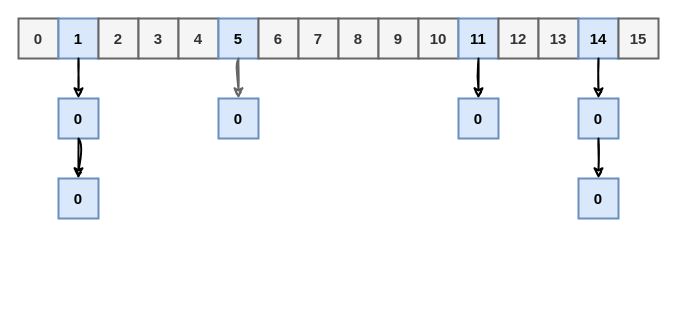
donscoco/diagrams keeps this draw.io diagram as redis/redis-scan-slot-1.drawio. Above is the earlier version. Source tidied: cells renumbered, new cells numbered last; positions are measured from the earlier drawing's top-left corner, leaving out a move shared by most shapes. Both pictures are drawn from the tidied source at 100%, with x=0, y=0 at pixel (18, 18).
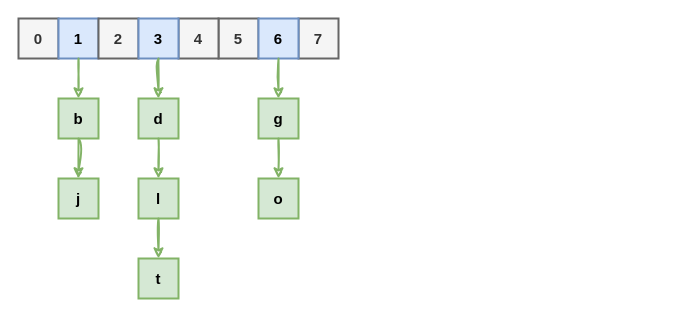
The same diagram, later.

Unchanged cells that the change refers to:
```xml
<mxCell id="3" value="1" style="rounded=0;whiteSpace=wrap;html=1;strokeWidth=2;fillWeight=4;hachureGap=8;hachureAngle=45;fillColor=#dae8fc;strokeColor=#6c8ebf;fontSize=15;fontStyle=1;" parent="1" vertex="1">
  <mxGeometry x="40" width="40" height="40" as="geometry" />
</mxCell>
```

The edit, as a diff of the source:
```diff
@@
-    <mxCell id="5" value="3" style="rounded=0;whiteSpace=wrap;html=1;strokeWidth=2;fillWeight=4;hachureGap=8;hachureAngle=45;fillColor=#f5f5f5;strokeColor=#666666;fontSize=15;fontStyle=1;fontColor=#333333;" parent="1" vertex="1">
-      <mxGeometry x="120" width="40" height="40" as="geometry" />
+    <mxCell id="5" value="5" style="rounded=0;whiteSpace=wrap;html=1;strokeWidth=2;fillWeight=4;hachureGap=8;hachureAngle=45;fillColor=#f5f5f5;strokeColor=#666666;fontSize=15;fontStyle=1;fontColor=#333333;" parent="1" vertex="1">
+      <mxGeometry x="200" width="40" height="40" as="geometry" />
     </mxCell>
@@
-    <mxCell id="7" value="5" style="rounded=0;whiteSpace=wrap;html=1;strokeWidth=2;fillWeight=4;hachureGap=8;hachureAngle=45;fillColor=#dae8fc;strokeColor=#6c8ebf;fontSize=15;fontStyle=1;" parent="1" vertex="1">
-      <mxGeometry x="200" width="40" height="40" as="geometry" />
+    <mxCell id="7" value="3" style="rounded=0;whiteSpace=wrap;html=1;strokeWidth=2;fillWeight=4;hachureGap=8;hachureAngle=45;fillColor=#dae8fc;strokeColor=#6c8ebf;fontSize=15;fontStyle=1;" parent="1" vertex="1">
+      <mxGeometry x="120" width="40" height="40" as="geometry" />
     </mxCell>
-    <mxCell id="8" value="6" style="rounded=0;whiteSpace=wrap;html=1;strokeWidth=2;fillWeight=4;hachureGap=8;hachureAngle=45;fillColor=#f5f5f5;strokeColor=#666666;fontSize=15;fontStyle=1;fontColor=#333333;" parent="1" vertex="1">
-      <mxGeometry x="240" width="40" height="40" as="geometry" />
-    </mxCell>
-    <mxCell id="9" value="7" style="rounded=0;whiteSpace=wrap;html=1;strokeWidth=2;fillWeight=4;hachureGap=8;hachureAngle=45;fillColor=#f5f5f5;strokeColor=#666666;fontSize=15;fontStyle=1;fontColor=#333333;" parent="1" vertex="1">
-      <mxGeometry x="280" width="40" height="40" as="geometry" />
-    </mxCell>
-    <mxCell id="10" value="8" style="rounded=0;whiteSpace=wrap;html=1;strokeWidth=2;fillWeight=4;hachureGap=8;hachureAngle=45;fillColor=#f5f5f5;strokeColor=#666666;fontSize=15;fontStyle=1;fontColor=#333333;" parent="1" vertex="1">
-      <mxGeometry x="320" width="40" height="40" as="geometry" />
+    <mxCell id="10" value="7" style="rounded=0;whiteSpace=wrap;html=1;strokeWidth=2;fillWeight=4;hachureGap=8;hachureAngle=45;fillColor=#f5f5f5;strokeColor=#666666;fontSize=15;fontStyle=1;fontColor=#333333;" parent="1" vertex="1">
+      <mxGeometry x="280" width="40" height="40" as="geometry" />
     </mxCell>
-    <mxCell id="11" value="9" style="rounded=0;whiteSpace=wrap;html=1;strokeWidth=2;fillWeight=4;hachureGap=8;hachureAngle=45;fillColor=#f5f5f5;strokeColor=#666666;fontSize=15;fontStyle=1;fontColor=#333333;" parent="1" vertex="1">
-      <mxGeometry x="360" width="40" height="40" as="geometry" />
-    </mxCell>
-    <mxCell id="12" value="10" style="rounded=0;whiteSpace=wrap;html=1;strokeWidth=2;fillWeight=4;hachureGap=8;hachureAngle=45;fillColor=#f5f5f5;strokeColor=#666666;fontSize=15;fontStyle=1;fontColor=#333333;" parent="1" vertex="1">
-      <mxGeometry x="400" width="40" height="40" as="geometry" />
-    </mxCell>
-    <mxCell id="13" value="11" style="rounded=0;whiteSpace=wrap;html=1;strokeWidth=2;fillWeight=4;hachureGap=8;hachureAngle=45;fillColor=#dae8fc;strokeColor=#6c8ebf;fontSize=15;fontStyle=1;" parent="1" vertex="1">
-      <mxGeometry x="440" width="40" height="40" as="geometry" />
+    <mxCell id="13" value="6" style="rounded=0;whiteSpace=wrap;html=1;strokeWidth=2;fillWeight=4;hachureGap=8;hachureAngle=45;fillColor=#dae8fc;strokeColor=#6c8ebf;fontSize=15;fontStyle=1;" parent="1" vertex="1">
+      <mxGeometry x="240" width="40" height="40" as="geometry" />
     </mxCell>
-    <mxCell id="14" value="12" style="rounded=0;whiteSpace=wrap;html=1;strokeWidth=2;fillWeight=4;hachureGap=8;hachureAngle=45;fillColor=#f5f5f5;strokeColor=#666666;fontSize=15;fontStyle=1;fontColor=#333333;" parent="1" vertex="1">
-      <mxGeometry x="480" width="40" height="40" as="geometry" />
-    </mxCell>
-    <mxCell id="15" value="13" style="rounded=0;whiteSpace=wrap;html=1;strokeWidth=2;fillWeight=4;hachureGap=8;hachureAngle=45;fillColor=#f5f5f5;strokeColor=#666666;fontSize=15;fontStyle=1;fontColor=#333333;" parent="1" vertex="1">
-      <mxGeometry x="520" width="40" height="40" as="geometry" />
-    </mxCell>
-    <mxCell id="16" value="14" style="rounded=0;whiteSpace=wrap;html=1;strokeWidth=2;fillWeight=4;hachureGap=8;hachureAngle=45;fillColor=#dae8fc;strokeColor=#6c8ebf;fontSize=15;fontStyle=1;" parent="1" vertex="1">
-      <mxGeometry x="560" width="40" height="40" as="geometry" />
-    </mxCell>
-    <mxCell id="17" value="15" style="rounded=0;whiteSpace=wrap;html=1;strokeWidth=2;fillWeight=4;hachureGap=8;hachureAngle=45;fillColor=#f5f5f5;strokeColor=#666666;fontSize=15;fontStyle=1;fontColor=#333333;" parent="1" vertex="1">
-      <mxGeometry x="600" width="40" height="40" as="geometry" />
-    </mxCell>
-    <mxCell id="18" value="0" style="rounded=0;whiteSpace=wrap;html=1;strokeWidth=2;fillWeight=4;hachureGap=8;hachureAngle=45;fillColor=#dae8fc;strokeColor=#6c8ebf;fontSize=15;fontStyle=1;" parent="1" vertex="1">
+    <mxCell id="18" value="b" style="rounded=0;whiteSpace=wrap;html=1;strokeWidth=2;fillWeight=4;hachureGap=8;hachureAngle=45;fillColor=#d5e8d4;strokeColor=#82b366;fontSize=15;fontStyle=1;" parent="1" vertex="1">
       <mxGeometry x="40" y="80" width="40" height="40" as="geometry" />
     </mxCell>
-    <mxCell id="19" value="0" style="rounded=0;whiteSpace=wrap;html=1;strokeWidth=2;fillWeight=4;hachureGap=8;hachureAngle=45;fillColor=#dae8fc;strokeColor=#6c8ebf;fontSize=15;fontStyle=1;" parent="1" vertex="1">
+    <mxCell id="19" value="j" style="rounded=0;whiteSpace=wrap;html=1;strokeWidth=2;fillWeight=4;hachureGap=8;hachureAngle=45;fillColor=#d5e8d4;strokeColor=#82b366;fontSize=15;fontStyle=1;" parent="1" vertex="1">
       <mxGeometry x="40" y="160" width="40" height="40" as="geometry" />
     </mxCell>
-    <mxCell id="20" style="endArrow=classic;html=1;rounded=0;strokeWidth=2;sketch=1;curveFitting=1;jiggle=2;exitX=0.5;exitY=1;exitDx=0;exitDy=0;entryX=0.5;entryY=0;entryDx=0;entryDy=0;" parent="1" edge="1" source="18" target="19">
+    <mxCell id="20" style="endArrow=classic;html=1;rounded=0;strokeWidth=2;sketch=1;curveFitting=1;jiggle=2;exitX=0.5;exitY=1;exitDx=0;exitDy=0;entryX=0.5;entryY=0;entryDx=0;entryDy=0;fillColor=#d5e8d4;strokeColor=#82b366;" parent="1" edge="1" source="18" target="19">
       <mxGeometry relative="1" as="geometry" />
     </mxCell>
-    <mxCell id="21" style="endArrow=classic;html=1;rounded=0;sketch=1;strokeWidth=2;exitX=0.5;exitY=1;exitDx=0;exitDy=0;entryX=0.5;entryY=0;entryDx=0;entryDy=0;" parent="1" edge="1" source="3" target="18">
+    <mxCell id="21" style="endArrow=classic;html=1;rounded=0;sketch=1;strokeWidth=2;exitX=0.5;exitY=1;exitDx=0;exitDy=0;entryX=0.5;entryY=0;entryDx=0;entryDy=0;fillColor=#d5e8d4;strokeColor=#82b366;" parent="1" edge="1" source="3" target="18">
       <mxGeometry relative="1" as="geometry" />
     </mxCell>
-    <mxCell id="22" value="0" style="rounded=0;whiteSpace=wrap;html=1;strokeWidth=2;fillWeight=4;hachureGap=8;hachureAngle=45;fillColor=#dae8fc;strokeColor=#6c8ebf;fontSize=15;fontStyle=1;" parent="1" vertex="1">
-      <mxGeometry x="200" y="80" width="40" height="40" as="geometry" />
+    <mxCell id="22" value="d" style="rounded=0;whiteSpace=wrap;html=1;strokeWidth=2;fillWeight=4;hachureGap=8;hachureAngle=45;fillColor=#d5e8d4;strokeColor=#82b366;fontSize=15;fontStyle=1;" parent="1" vertex="1">
+      <mxGeometry x="120" y="80" width="40" height="40" as="geometry" />
     </mxCell>
-    <mxCell id="23" style="endArrow=classic;html=1;rounded=0;strokeWidth=2;sketch=1;curveFitting=1;jiggle=2;exitX=0.5;exitY=1;exitDx=0;exitDy=0;entryX=0.5;entryY=0;entryDx=0;entryDy=0;fillColor=#f5f5f5;strokeColor=#666666;" parent="1" edge="1" source="7" target="22">
+    <mxCell id="23" style="endArrow=classic;html=1;rounded=0;strokeWidth=2;sketch=1;curveFitting=1;jiggle=2;exitX=0.5;exitY=1;exitDx=0;exitDy=0;entryX=0.5;entryY=0;entryDx=0;entryDy=0;fillColor=#d5e8d4;strokeColor=#82b366;" parent="1" edge="1" source="7" target="22">
       <mxGeometry relative="1" as="geometry" />
     </mxCell>
-    <mxCell id="24" value="0" style="rounded=0;whiteSpace=wrap;html=1;strokeWidth=2;fillWeight=4;hachureGap=8;hachureAngle=45;fillColor=#dae8fc;strokeColor=#6c8ebf;fontSize=15;fontStyle=1;" parent="1" vertex="1">
-      <mxGeometry x="440" y="80" width="40" height="40" as="geometry" />
+    <mxCell id="24" value="g" style="rounded=0;whiteSpace=wrap;html=1;strokeWidth=2;fillWeight=4;hachureGap=8;hachureAngle=45;fillColor=#d5e8d4;strokeColor=#82b366;fontSize=15;fontStyle=1;" parent="1" vertex="1">
+      <mxGeometry x="240" y="80" width="40" height="40" as="geometry" />
     </mxCell>
-    <mxCell id="25" style="endArrow=classic;html=1;rounded=0;sketch=1;strokeWidth=2;exitX=0.5;exitY=1;exitDx=0;exitDy=0;entryX=0.5;entryY=0;entryDx=0;entryDy=0;" parent="1" edge="1" source="13" target="24">
+    <mxCell id="25" style="endArrow=classic;html=1;rounded=0;sketch=1;strokeWidth=2;exitX=0.5;exitY=1;exitDx=0;exitDy=0;entryX=0.5;entryY=0;entryDx=0;entryDy=0;fillColor=#d5e8d4;strokeColor=#82b366;" parent="1" edge="1" source="13" target="24">
       <mxGeometry relative="1" as="geometry" />
     </mxCell>
-    <mxCell id="26" value="0" style="rounded=0;whiteSpace=wrap;html=1;strokeWidth=2;fillWeight=4;hachureGap=8;hachureAngle=45;fillColor=#dae8fc;strokeColor=#6c8ebf;fontSize=15;fontStyle=1;" parent="1" vertex="1">
-      <mxGeometry x="560" y="80" width="40" height="40" as="geometry" />
-    </mxCell>
-    <mxCell id="27" value="0" style="rounded=0;whiteSpace=wrap;html=1;strokeWidth=2;fillWeight=4;hachureGap=8;hachureAngle=45;fillColor=#dae8fc;strokeColor=#6c8ebf;fontSize=15;fontStyle=1;" parent="1" vertex="1">
-      <mxGeometry x="560" y="160" width="40" height="40" as="geometry" />
+    <mxCell id="27" value="o" style="rounded=0;whiteSpace=wrap;html=1;strokeWidth=2;fillWeight=4;hachureGap=8;hachureAngle=45;fillColor=#d5e8d4;strokeColor=#82b366;fontSize=15;fontStyle=1;" parent="1" vertex="1">
+      <mxGeometry x="240" y="160" width="40" height="40" as="geometry" />
     </mxCell>
-    <mxCell id="28" style="endArrow=classic;html=1;rounded=0;sketch=1;strokeWidth=2;exitX=0.5;exitY=1;exitDx=0;exitDy=0;entryX=0.5;entryY=0;entryDx=0;entryDy=0;" parent="1" edge="1" source="16" target="26">
-      <mxGeometry relative="1" as="geometry" />
-    </mxCell>
-    <mxCell id="29" style="endArrow=classic;html=1;rounded=0;sketch=1;strokeWidth=2;exitX=0.5;exitY=1;exitDx=0;exitDy=0;entryX=0.5;entryY=0;entryDx=0;entryDy=0;" parent="1" edge="1" source="26" target="27">
+    <mxCell id="29" style="endArrow=classic;html=1;rounded=0;sketch=1;strokeWidth=2;exitX=0.5;exitY=1;exitDx=0;exitDy=0;entryX=0.5;entryY=0;entryDx=0;entryDy=0;fillColor=#d5e8d4;strokeColor=#82b366;" parent="1" edge="1" source="24" target="27">
       <mxGeometry relative="1" as="geometry" />
     </mxCell>
+    <mxCell id="30" value="l" style="rounded=0;whiteSpace=wrap;html=1;strokeWidth=2;fillWeight=4;hachureGap=8;hachureAngle=45;fillColor=#d5e8d4;strokeColor=#82b366;fontSize=15;fontStyle=1;" parent="1" vertex="1">
+      <mxGeometry x="120" y="160" width="40" height="40" as="geometry" />
+    </mxCell>
+    <mxCell id="31" style="endArrow=classic;html=1;rounded=0;sketch=1;strokeWidth=2;exitX=0.5;exitY=1;exitDx=0;exitDy=0;entryX=0.5;entryY=0;entryDx=0;entryDy=0;fillColor=#d5e8d4;strokeColor=#82b366;" parent="1" edge="1" source="22" target="30">
+      <mxGeometry relative="1" as="geometry" />
+    </mxCell>
+    <mxCell id="32" value="t" style="rounded=0;whiteSpace=wrap;html=1;strokeWidth=2;fillWeight=4;hachureGap=8;hachureAngle=45;fillColor=#d5e8d4;strokeColor=#82b366;fontSize=15;fontStyle=1;" parent="1" vertex="1">
+      <mxGeometry x="120" y="240" width="40" height="40" as="geometry" />
+    </mxCell>
+    <mxCell id="33" style="endArrow=classic;html=1;rounded=0;sketch=1;strokeWidth=2;exitX=0.5;exitY=1;exitDx=0;exitDy=0;entryX=0.5;entryY=0;entryDx=0;entryDy=0;fillColor=#d5e8d4;strokeColor=#82b366;" parent="1" edge="1" source="30" target="32">
+      <mxGeometry relative="1" as="geometry" />
+    </mxCell>
```
